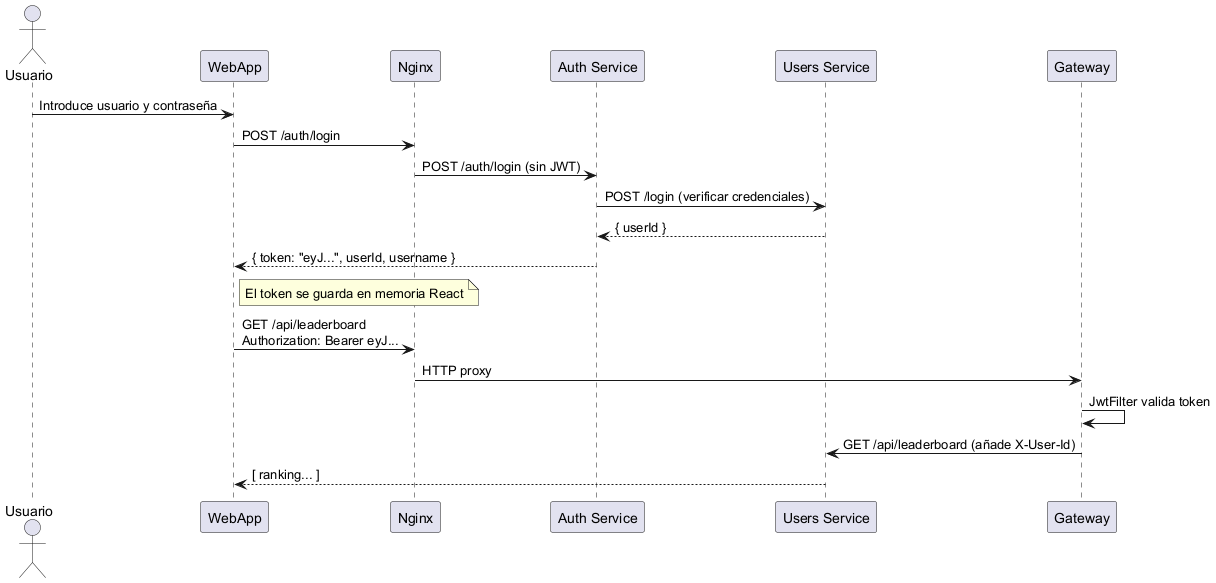
Above: images/jwt-flow.png in Arquisoft/yovi_es4c (PlantUML), before the change.
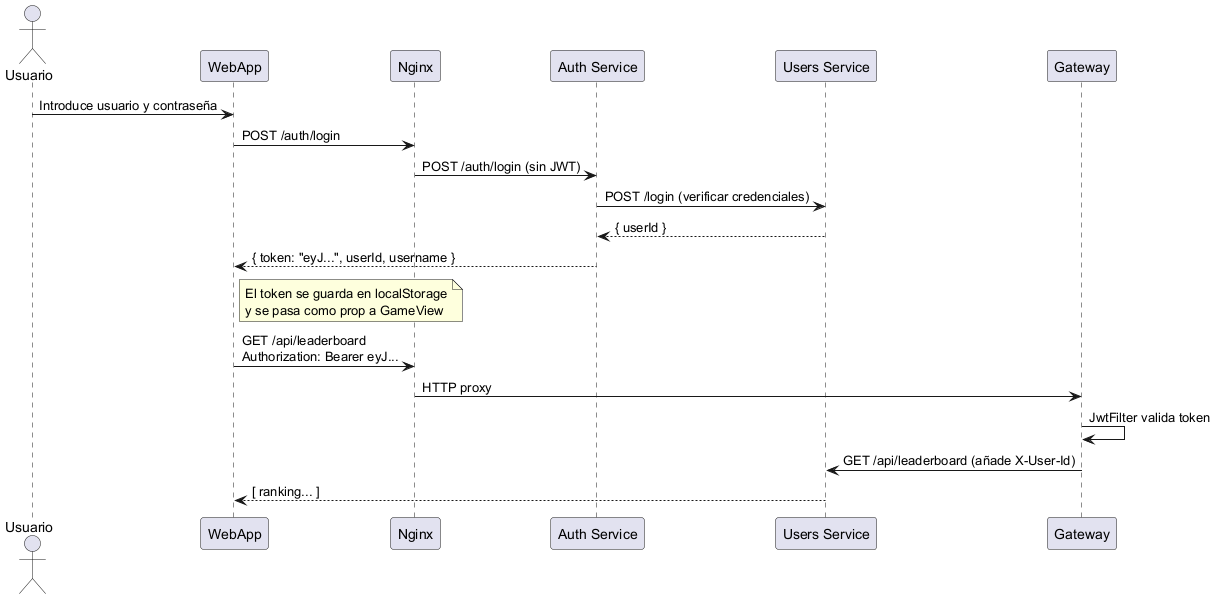
After the commit.

Change to the diagram source:
```diff
@@ -12,7 +12,7 @@
 AS -> US: POST /login (verificar credenciales)
 US --> AS: { userId }
 AS --> WA: { token: "eyJ...", userId, username }
-note right of WA: El token se guarda en memoria React
+note right of WA: El token se guarda en localStorage\ny se pasa como prop a GameView
 
 WA -> NG: GET /api/leaderboard\nAuthorization: Bearer eyJ...
 NG -> GW: HTTP proxy
```
